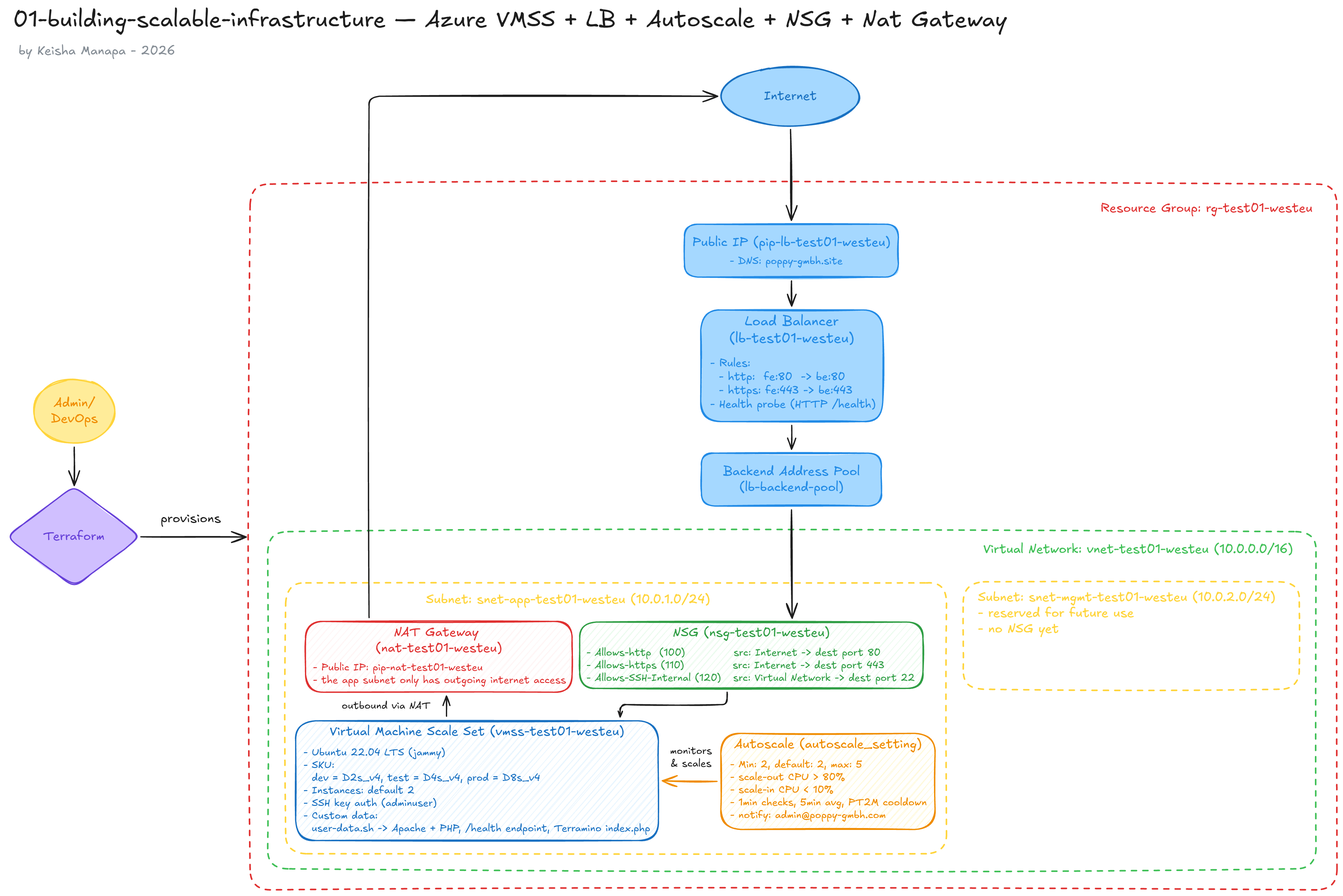
Above: 01-building-scalable-infrastructure/architecture-diagram.png in emlykf/Azure-Terraform-Projects (Excalidraw), before the change. Source tidied: one line per element, renumbered; positions are measured from the earlier drawing's top-left corner, leaving out a move shared by most shapes.
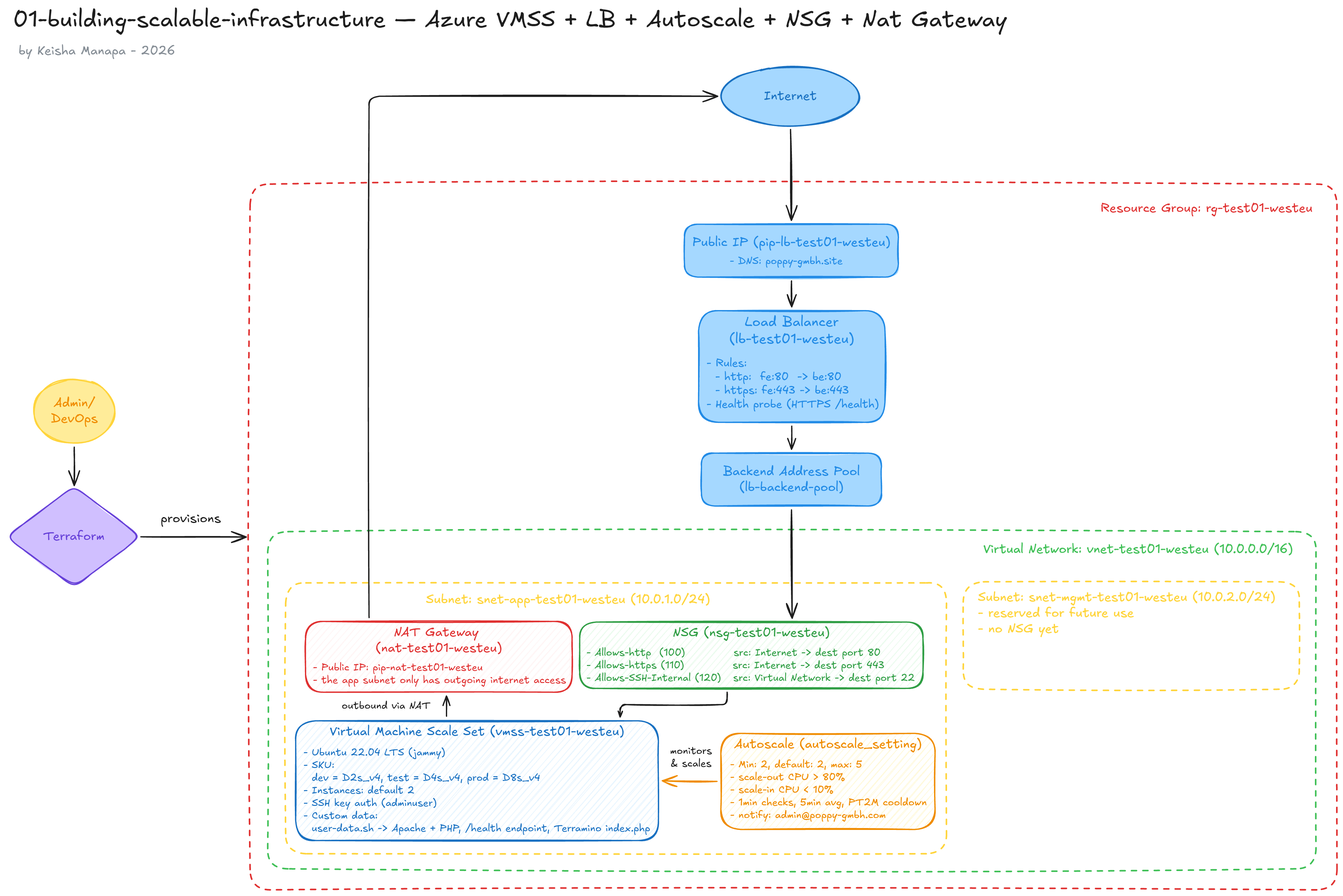
After the change.

Diff of the diagram source:
```diff
@@ -23,14 +23,14 @@
 {"id": 22, "type": "rectangle", "strokeColor": "#228be6", "backgroundColor": "#a5d8ff", "fillStyle": "solid", "strokeWidth": 2, "roughness": 1, "round": true, "x": 1100, "y": 707, "width": 285, "height": 84}
 {"id": 23, "type": "text", "text": "Backend Address Pool\n(lb-backend-pool)", "strokeColor": "#228be6", "backgroundColor": "#a5d8ff", "fillStyle": "solid", "strokeWidth": 2, "roughness": 1, "fontSize": 20, "fontFamily": 5, "textAlign": "center", "verticalAlign": "middle", "inside": 22, "x": 1134, "y": 724, "width": 217, "height": 50}
 {"id": 24, "type": "arrow", "strokeColor": "#1e1e1e", "backgroundColor": "#a5d8ff", "fillStyle": "solid", "strokeWidth": 2, "roughness": 1, "endArrowhead": "arrow", "from": 22, "to": 0, "x": 1242, "y": 797, "width": 1, "height": 172, "points": [[0, 0], [1, 172]]}
-{"id": 25, "type": "rectangle", "strokeColor": "#228be6", "backgroundColor": "#a5d8ff", "fillStyle": "solid", "strokeWidth": 2, "roughness": 1, "round": true, "x": 1099, "y": 480, "width": 288, "height": 177}
+{"id": 25, "type": "rectangle", "strokeColor": "#228be6", "backgroundColor": "#a5d8ff", "fillStyle": "solid", "strokeWidth": 2, "roughness": 1, "round": true, "x": 1095, "y": 481, "width": 295, "height": 177}
-{"id": 26, "type": "text", "text": "Load Balancer\n(lb-test01-westeu)", "strokeColor": "#228be6", "backgroundColor": "#a5d8ff", "fillStyle": "solid", "strokeWidth": 2, "roughness": 1, "fontSize": 21.68, "fontFamily": 5, "textAlign": "center", "inside": 25, "x": 1144, "y": 485, "width": 198, "height": 54}
+{"id": 26, "type": "text", "text": "Load Balancer\n(lb-test01-westeu)", "strokeColor": "#228be6", "backgroundColor": "#a5d8ff", "fillStyle": "solid", "strokeWidth": 2, "roughness": 1, "fontSize": 21.68, "fontFamily": 5, "textAlign": "center", "inside": 25, "x": 1144, "y": 486, "width": 198, "height": 54}
-{"id": 27, "type": "text", "text": "- Rules:\n  - http:  fe:80  -> be:80\n  - https: fe:443 -> be:443\n- Health probe (HTTP /health)", "strokeColor": "#228be6", "backgroundColor": "#a5d8ff", "fillStyle": "solid", "strokeWidth": 2, "roughness": 1, "fontSize": 17.34, "fontFamily": 5, "x": 1114, "y": 554, "width": 268, "height": 87}
+{"id": 27, "type": "text", "text": "- Rules:\n  - http:  fe:80  -> be:80\n  - https: fe:443 -> be:443\n- Health probe (HTTPS /health)", "strokeColor": "#228be6", "backgroundColor": "#a5d8ff", "fillStyle": "solid", "strokeWidth": 2, "roughness": 1, "fontSize": 17.34, "fontFamily": 5, "x": 1108, "y": 554, "width": 290, "height": 87}
-{"id": 28, "type": "arrow", "strokeColor": "#1e1e1e", "backgroundColor": "#a5d8ff", "fillStyle": "solid", "strokeWidth": 2, "roughness": 1, "endArrowhead": "arrow", "from": 25, "to": 22, "x": 1243, "y": 663, "width": 0, "height": 38, "points": [[0, 0], [0, 38]]}
+{"id": 28, "type": "arrow", "strokeColor": "#1e1e1e", "backgroundColor": "#a5d8ff", "fillStyle": "solid", "strokeWidth": 2, "roughness": 1, "endArrowhead": "arrow", "from": 25, "to": 22, "x": 1243, "y": 664, "width": 0, "height": 37, "points": [[0, 0], [0, 37]]}
 {"id": 29, "type": "rectangle", "strokeColor": "#228be6", "backgroundColor": "#a5d8ff", "fillStyle": "solid", "strokeWidth": 2, "roughness": 1, "round": true, "x": 1073, "y": 345, "width": 339, "height": 84}
 {"id": 30, "type": "text", "text": "Public IP (pip-lb-test01-westeu)\n", "strokeColor": "#228be6", "backgroundColor": "#a5d8ff", "fillStyle": "solid", "strokeWidth": 2, "roughness": 1, "fontSize": 20, "fontFamily": 5, "textAlign": "center", "verticalAlign": "middle", "inside": 29, "x": 1085, "y": 362, "width": 314, "height": 50}
 {"id": 31, "type": "text", "text": "- DNS: poppy-gmbh.site", "strokeColor": "#228be6", "backgroundColor": "#a5d8ff", "fillStyle": "solid", "strokeWidth": 2, "roughness": 1, "fontSize": 16, "fontFamily": 5, "x": 1145, "y": 394, "width": 187, "height": 20}
-{"id": 32, "type": "arrow", "strokeColor": "#1e1e1e", "backgroundColor": "#a5d8ff", "fillStyle": "solid", "strokeWidth": 2, "roughness": 1, "endArrowhead": "arrow", "from": 29, "to": 25, "x": 1242, "y": 434, "width": 0, "height": 40, "points": [[0, 0], [0, 40]]}
+{"id": 32, "type": "arrow", "strokeColor": "#1e1e1e", "backgroundColor": "#a5d8ff", "fillStyle": "solid", "strokeWidth": 2, "roughness": 1, "endArrowhead": "arrow", "from": 29, "to": 25, "x": 1242, "y": 434, "width": 0, "height": 41, "points": [[0, 0], [0, 41]]}
 {"id": 33, "type": "rectangle", "strokeColor": "#e03131", "strokeWidth": 2, "strokeStyle": "dashed", "roughness": 1, "round": true, "x": 386, "y": 281, "width": 1720, "height": 1116}
 {"id": 34, "type": "ellipse", "strokeColor": "#1971c2", "backgroundColor": "#a5d8ff", "fillStyle": "solid", "strokeWidth": 2, "roughness": 1, "round": true, "x": 1132, "y": 96, "width": 218, "height": 93}
 {"id": 35, "type": "text", "text": "Internet", "strokeColor": "#1971c2", "backgroundColor": "#a5d8ff", "fillStyle": "solid", "strokeWidth": 2, "roughness": 1, "fontSize": 20, "fontFamily": 5, "textAlign": "center", "verticalAlign": "middle", "inside": 34, "x": 1199, "y": 130, "width": 84, "height": 25}
```
